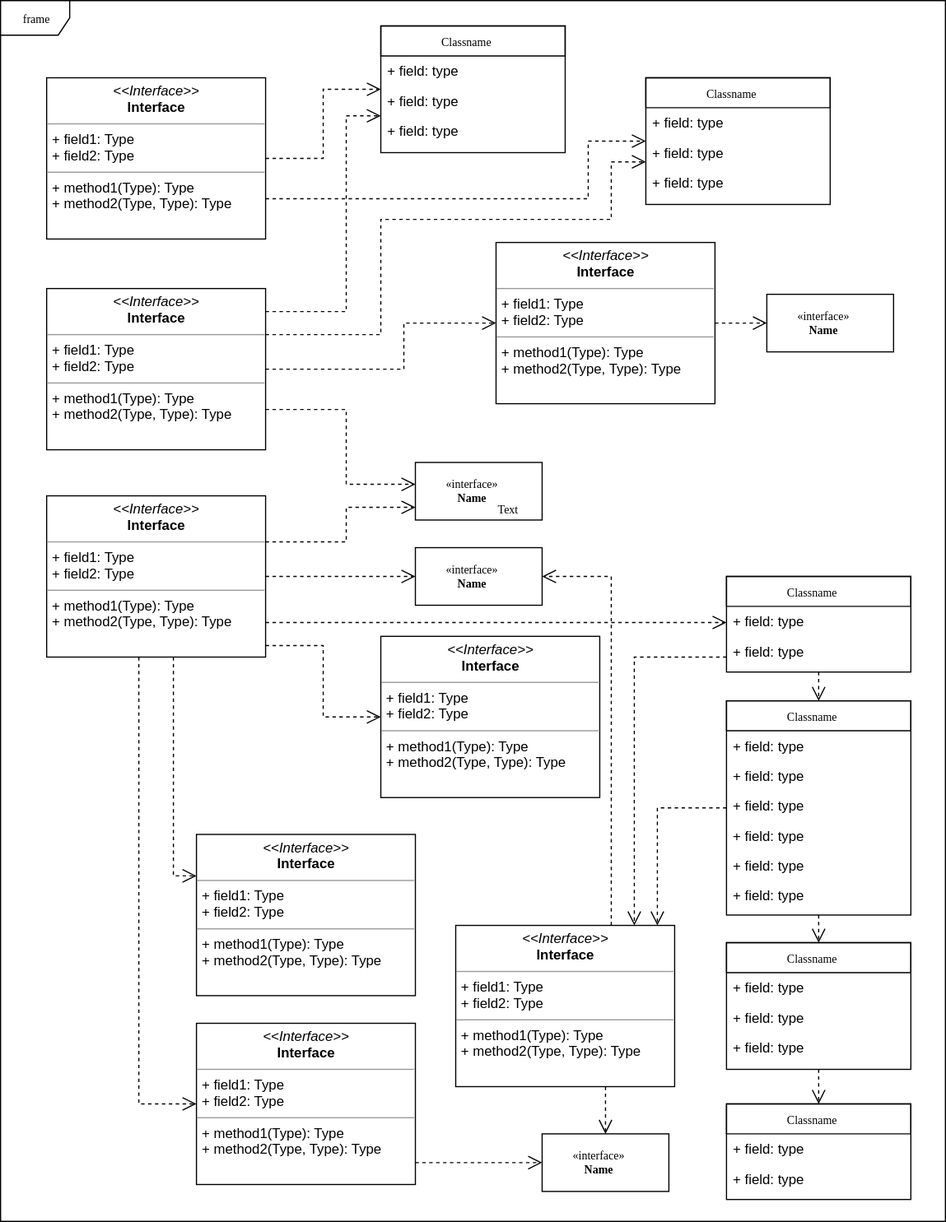
ajpina/uffema keeps this draw.io diagram as images/Overview.svg. Above is the earlier version. Source tidied: cells renumbered, new cells last; positions are measured from the earlier drawing's top-left corner, leaving out a move shared by most shapes.
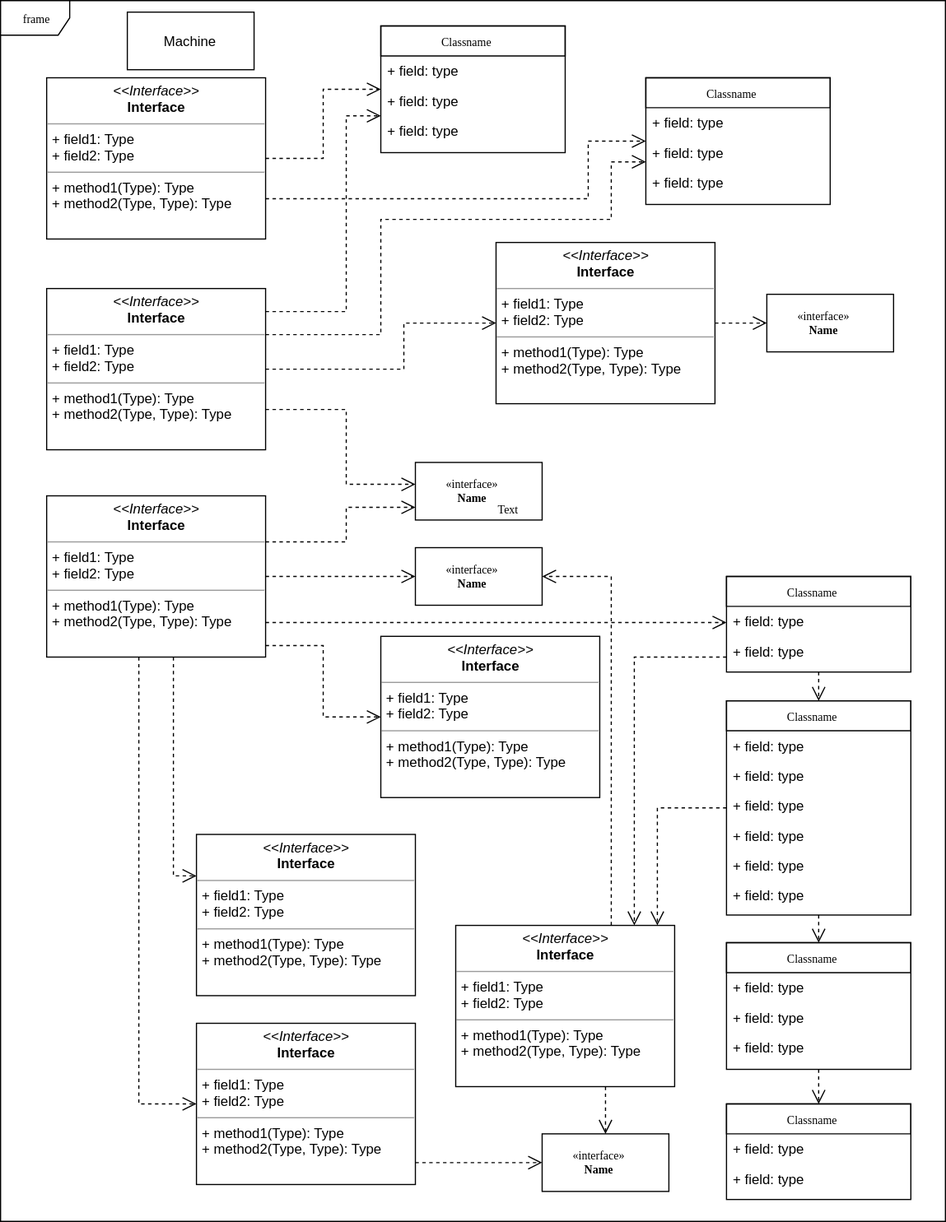
The same diagram one commit later.

The edit, as a diff of the source:
```diff
@@ -254,5 +254,8 @@
         </Array>
       </mxGeometry>
     </mxCell>
+    <mxCell id="62" value="Machine" style="html=1;" parent="1" vertex="1">
+      <mxGeometry x="110" y="10" width="110" height="50" as="geometry" />
+    </mxCell>
   </root>
 </mxGraphModel>
```
